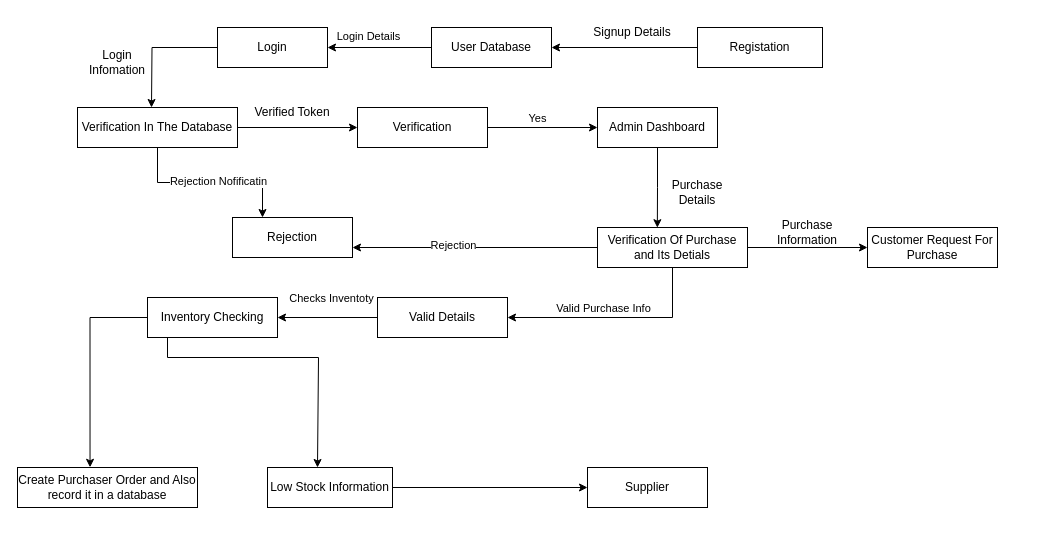
The draw.io diagram Structure Diagram'.drawio in pawal-karki/DRAW.IO, before the edit. Source tidied: cells renumbered, new cells numbered last; positions are measured from the earlier drawing's top-left corner, leaving out a move shared by most shapes. Both pictures are drawn from the tidied source at 100%, with x=0, y=0 at pixel (17, 17).
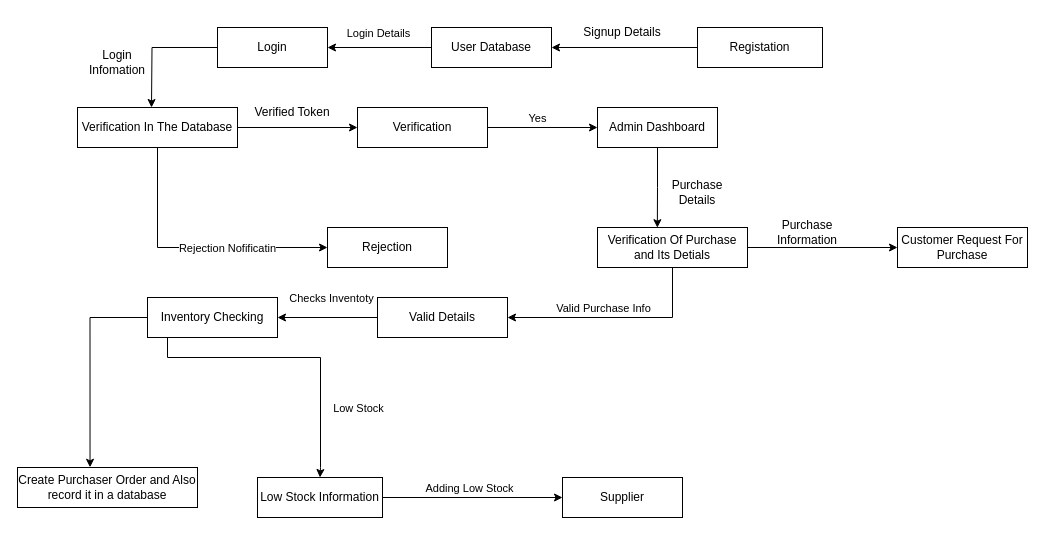
The same diagram, later.

The change refers to these unchanged cells:
```xml
<mxCell id="5" value="Verification In The Database" style="rounded=0;whiteSpace=wrap;html=1;" parent="1" vertex="1">
  <mxGeometry x="60" y="90" width="160" height="40" as="geometry" />
</mxCell>
<mxCell id="10" style="edgeStyle=orthogonalEdgeStyle;rounded=0;jettySize=auto;html=1;" parent="1" edge="1" source="9">
  <mxGeometry relative="1" as="geometry">
    <mxPoint x="134" y="90" as="targetPoint" />
  </mxGeometry>
</mxCell>
<mxCell id="25" value="Verification Of Purchase and Its Detials" style="rounded=0;whiteSpace=wrap;html=1;" parent="1" vertex="1">
  <mxGeometry x="580" y="210" width="150" height="40" as="geometry" />
</mxCell>
<mxCell id="34" value="Inventory Checking" style="rounded=0;whiteSpace=wrap;html=1;" parent="1" vertex="1">
  <mxGeometry x="130" y="280" width="130" height="40" as="geometry" />
</mxCell>
```

Diff of the diagram source:
```diff
@@
-    <mxCell id="3" style="edgeStyle=orthogonalEdgeStyle;rounded=0;jettySize=auto;html=1;entryX=0.25;entryY=0;entryDx=0;entryDy=0;" parent="1" edge="1" source="5" target="28">
-      <mxGeometry relative="1" as="geometry" />
+    <mxCell id="3" style="edgeStyle=orthogonalEdgeStyle;rounded=0;jettySize=auto;html=1;entryX=0;entryY=0.5;entryDx=0;entryDy=0;" parent="1" edge="1" source="5" target="28">
+      <mxGeometry relative="1" as="geometry">
+        <Array as="points">
+          <mxPoint x="140" y="230" />
+        </Array>
+      </mxGeometry>
     </mxCell>
     <mxCell id="4" value="Rejection Nofificatin" style="edgeLabel;html=1;align=center;verticalAlign=middle;" parent="3" vertex="1">
       <mxGeometry x="0.07" y="2" relative="1" as="geometry">
-        <mxPoint x="1" as="offset" />
+        <mxPoint x="25" y="2" as="offset" />
       </mxGeometry>
     </mxCell>
@@
     <mxCell id="11" value="Login Details" style="edgeLabel;html=1;align=center;verticalAlign=middle;" parent="10" vertex="1">
       <mxGeometry x="0.45" y="-4" relative="1" as="geometry">
-        <mxPoint x="220" y="-37" as="offset" />
+        <mxPoint x="230" y="-40" as="offset" />
       </mxGeometry>
     </mxCell>
@@
     <mxCell id="16" value="Signup Details" style="text;html=1;align=center;verticalAlign=middle;whiteSpace=wrap;rounded=0;" parent="1" vertex="1">
-      <mxGeometry x="570" width="90" height="30" as="geometry" />
+      <mxGeometry x="560" width="90" height="30" as="geometry" />
     </mxCell>
@@
-    <mxCell id="20" style="edgeStyle=orthogonalEdgeStyle;rounded=0;jettySize=auto;html=1;entryX=1;entryY=0.75;entryDx=0;entryDy=0;" parent="1" edge="1" source="25" target="28">
-      <mxGeometry relative="1" as="geometry" />
-    </mxCell>
-    <mxCell id="21" value="Rejection" style="edgeLabel;html=1;align=center;verticalAlign=middle;" parent="20" vertex="1">
-      <mxGeometry x="0.18" y="-3" relative="1" as="geometry" />
-    </mxCell>
@@
     <mxCell id="28" value="Rejection" style="rounded=0;whiteSpace=wrap;html=1;" parent="1" vertex="1">
-      <mxGeometry x="215" y="200" width="120" height="40" as="geometry" />
+      <mxGeometry x="310" y="210" width="120" height="40" as="geometry" />
     </mxCell>
@@
-    <mxCell id="33" style="edgeStyle=orthogonalEdgeStyle;rounded=0;jettySize=auto;html=1;" parent="1" edge="1" source="34">
+    <mxCell id="33" style="edgeStyle=orthogonalEdgeStyle;rounded=0;jettySize=auto;html=1;entryX=0.5;entryY=0;entryDx=0;entryDy=0;" parent="1" edge="1" source="34" target="39">
       <mxGeometry relative="1" as="geometry">
-        <mxPoint x="300" y="450" as="targetPoint" />
         <Array as="points">
           <mxPoint x="150" y="340" />
-          <mxPoint x="301" y="340" />
-          <mxPoint x="301" y="450" />
+          <mxPoint x="303" y="340" />
+          <mxPoint x="303" y="450" />
         </Array>
       </mxGeometry>
     </mxCell>
+    <mxCell id="41" value="Low Stock" style="edgeLabel;html=1;align=center;verticalAlign=middle;" parent="33" vertex="1">
+      <mxGeometry x="0.38" y="2" relative="1" as="geometry">
+        <mxPoint x="35" y="21" as="offset" />
+      </mxGeometry>
+    </mxCell>
@@
     <mxCell id="36" value="Customer Request For Purchase" style="rounded=0;whiteSpace=wrap;html=1;" parent="1" vertex="1">
-      <mxGeometry x="850" y="210" width="130" height="40" as="geometry" />
+      <mxGeometry x="880" y="210" width="130" height="40" as="geometry" />
     </mxCell>
@@
-    <mxCell id="38" style="edgeStyle=orthogonalEdgeStyle;rounded=0;jettySize=auto;html=1;" parent="1" edge="1" source="39">
-      <mxGeometry relative="1" as="geometry">
-        <mxPoint x="570" y="470" as="targetPoint" />
-      </mxGeometry>
-    </mxCell>
+    <mxCell id="42" style="edgeStyle=orthogonalEdgeStyle;rounded=0;jettySize=auto;html=1;entryX=0;entryY=0.5;entryDx=0;entryDy=0;" parent="1" edge="1" source="39" target="40">
+      <mxGeometry relative="1" as="geometry" />
+    </mxCell>
+    <mxCell id="43" value="Adding Low Stock" style="edgeLabel;html=1;align=center;verticalAlign=middle;" parent="42" vertex="1">
+      <mxGeometry x="-0.05" y="-1" relative="1" as="geometry">
+        <mxPoint y="-11" as="offset" />
+      </mxGeometry>
+    </mxCell>
     <mxCell id="39" value="Low Stock Information" style="rounded=0;whiteSpace=wrap;html=1;" parent="1" vertex="1">
-      <mxGeometry x="250" y="450" width="125" height="40" as="geometry" />
+      <mxGeometry x="240" y="460" width="125" height="40" as="geometry" />
     </mxCell>
     <mxCell id="40" value="Supplier" style="rounded=0;whiteSpace=wrap;html=1;" parent="1" vertex="1">
-      <mxGeometry x="570" y="450" width="120" height="40" as="geometry" />
+      <mxGeometry x="545" y="460" width="120" height="40" as="geometry" />
     </mxCell>
```
